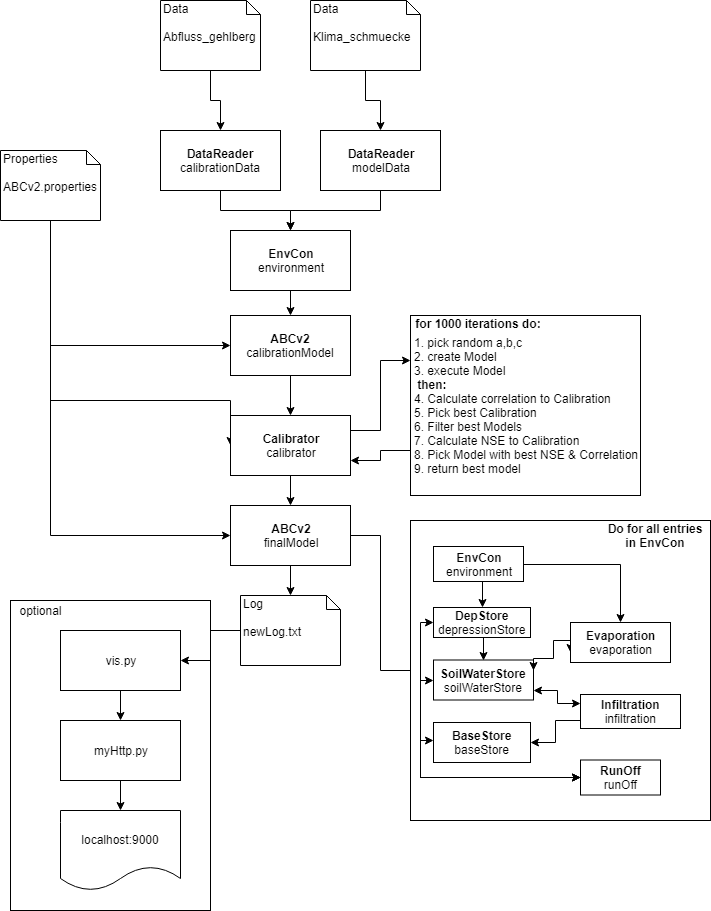
Earlier version of the draw.io export Untitled Diagram.png (EricKrg/ABCv2). Source tidied: cells renumbered, new cells last; positions are measured from the earlier drawing's top-left corner, leaving out a move shared by most shapes.
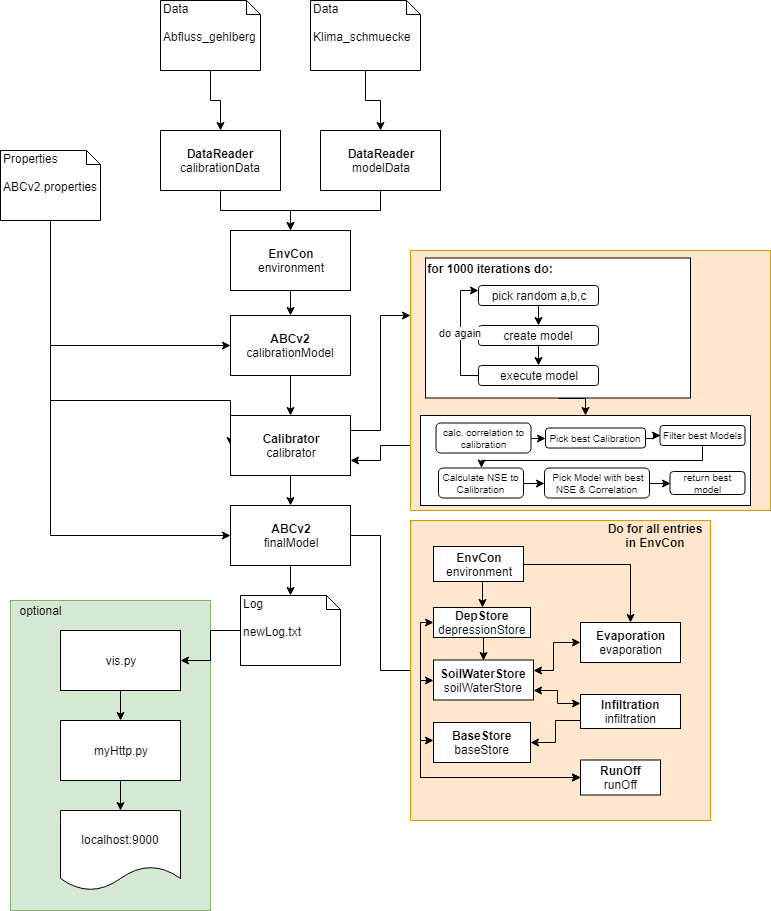
The same file after the commit.

What changed in the source:
```diff
@@ -2,7 +2,7 @@
   <root>
     <mxCell id="0" />
     <mxCell id="1" parent="0" />
-    <mxCell id="2" style="rounded=0;whiteSpace=wrap;html=1;" parent="1" vertex="1">
+    <mxCell id="2" style="rounded=0;whiteSpace=wrap;html=1;fillColor=#d5e8d4;strokeColor=#82b366;" parent="1" vertex="1">
       <mxGeometry x="10" y="600" width="200" height="310" as="geometry" />
     </mxCell>
     <mxCell id="3" style="edgeStyle=orthogonalEdgeStyle;rounded=0;jettySize=auto;html=1;exitX=0.5;exitY=1;exitDx=0;exitDy=0;exitPerimeter=0;" parent="1" edge="1" source="4" target="12">
@@ -96,19 +96,16 @@
     <mxCell id="31" style="edgeStyle=orthogonalEdgeStyle;rounded=0;jettySize=auto;html=1;exitX=0;exitY=0.75;exitDx=0;exitDy=0;entryX=1;entryY=0.75;entryDx=0;entryDy=0;" parent="1" edge="1" source="32" target="19">
       <mxGeometry relative="1" as="geometry" />
     </mxCell>
-    <mxCell id="32" value="&lt;div style=&quot;text-align: left&quot;&gt;1. pick random a,b,c&lt;/div&gt;&lt;div style=&quot;text-align: left&quot;&gt;2. create Model&lt;/div&gt;&lt;div style=&quot;text-align: left&quot;&gt;3. execute Model&lt;/div&gt;&lt;div style=&quot;text-align: left&quot;&gt;&lt;b&gt;&amp;nbsp;then:&amp;nbsp;&lt;/b&gt;&lt;/div&gt;&lt;div style=&quot;text-align: left&quot;&gt;4. Calculate correlation to Calibration&lt;/div&gt;&lt;div style=&quot;text-align: left&quot;&gt;5. Pick best Calibration&lt;/div&gt;&lt;div style=&quot;text-align: left&quot;&gt;6. Filter best Models&lt;/div&gt;&lt;div style=&quot;text-align: left&quot;&gt;7. Calculate NSE to Calibration&lt;/div&gt;&lt;div style=&quot;text-align: left&quot;&gt;8. Pick Model with best NSE &amp;amp; Correlation&lt;/div&gt;&lt;div style=&quot;text-align: left&quot;&gt;9. return best model&lt;/div&gt;" style="rounded=0;whiteSpace=wrap;html=1;" parent="1" vertex="1">
-      <mxGeometry x="410" y="315" width="230" height="180" as="geometry" />
+    <mxCell id="32" value="&lt;div style=&quot;text-align: left&quot;&gt;&lt;br&gt;&lt;/div&gt;" style="rounded=0;whiteSpace=wrap;html=1;fillColor=#ffe6cc;strokeColor=#d79b00;" parent="1" vertex="1">
+      <mxGeometry x="410" y="250" width="360" height="260" as="geometry" />
     </mxCell>
-    <mxCell id="33" value="&lt;b&gt;for 1000 iterations do:&lt;/b&gt;" style="text;html=1;strokeColor=none;fillColor=none;align=center;verticalAlign=middle;whiteSpace=wrap;rounded=0;" parent="1" vertex="1">
-      <mxGeometry x="413" y="313" width="130" height="20" as="geometry" />
-    </mxCell>
     <mxCell id="34" style="edgeStyle=orthogonalEdgeStyle;rounded=0;jettySize=auto;html=1;exitX=0.5;exitY=1;exitDx=0;exitDy=0;entryX=0.5;entryY=0;entryDx=0;entryDy=0;" parent="1" edge="1" source="35" target="16">
       <mxGeometry relative="1" as="geometry" />
     </mxCell>
     <mxCell id="35" value="&lt;b&gt;EnvCon&lt;/b&gt;&lt;br&gt;environment&lt;br&gt;" style="rounded=0;whiteSpace=wrap;html=1;" parent="1" vertex="1">
       <mxGeometry x="230" y="230" width="120" height="60" as="geometry" />
     </mxCell>
-    <mxCell id="36" style="rounded=0;whiteSpace=wrap;html=1;" parent="1" vertex="1">
+    <mxCell id="36" style="rounded=0;whiteSpace=wrap;html=1;fillColor=#ffe6cc;strokeColor=#d79b00;" parent="1" vertex="1">
       <mxGeometry x="410" y="520" width="300" height="300" as="geometry" />
     </mxCell>
     <mxCell id="37" style="edgeStyle=orthogonalEdgeStyle;rounded=0;jettySize=auto;html=1;exitX=0.5;exitY=1;exitDx=0;exitDy=0;entryX=0.5;entryY=0;entryDx=0;entryDy=0;" parent="1" edge="1" source="39" target="42">
@@ -159,16 +156,16 @@
     <mxCell id="48" value="&lt;b&gt;RunOff&lt;/b&gt;&lt;br&gt;runOff&lt;br&gt;" style="html=1;" parent="1" vertex="1">
       <mxGeometry x="580" y="759.5" width="80" height="35" as="geometry" />
     </mxCell>
-    <mxCell id="49" style="edgeStyle=orthogonalEdgeStyle;rounded=0;jettySize=auto;html=1;exitX=0;exitY=0.75;exitDx=0;exitDy=0;entryX=1;entryY=0.25;entryDx=0;entryDy=0;startArrow=classic;startFill=1;" parent="1" edge="1" source="50" target="45">
+    <mxCell id="49" style="edgeStyle=orthogonalEdgeStyle;rounded=0;jettySize=auto;html=1;exitX=0;exitY=0.5;exitDx=0;exitDy=0;entryX=1;entryY=0.25;entryDx=0;entryDy=0;startArrow=classic;startFill=1;" parent="1" edge="1" source="50" target="45">
       <mxGeometry relative="1" as="geometry">
         <Array as="points">
-          <mxPoint x="553" y="640" />
-          <mxPoint x="553" y="658" />
+          <mxPoint x="553" y="642" />
+          <mxPoint x="553" y="670" />
         </Array>
       </mxGeometry>
     </mxCell>
     <mxCell id="50" value="&lt;b&gt;Evaporation&lt;br&gt;&lt;/b&gt;evaporation&lt;b&gt;&lt;br&gt;&lt;/b&gt;" style="html=1;" parent="1" vertex="1">
-      <mxGeometry x="570" y="622" width="100" height="40" as="geometry" />
+      <mxGeometry x="580" y="622" width="100" height="40" as="geometry" />
     </mxCell>
     <mxCell id="51" style="edgeStyle=orthogonalEdgeStyle;rounded=0;jettySize=auto;html=1;exitX=0;exitY=0.75;exitDx=0;exitDy=0;entryX=1;entryY=0.5;entryDx=0;entryDy=0;startArrow=none;startFill=0;endArrow=classic;endFill=1;" parent="1" edge="1" source="52" target="47">
       <mxGeometry relative="1" as="geometry" />
@@ -179,5 +176,77 @@
     <mxCell id="53" value="Do for all entries in EnvCon" style="text;html=1;strokeColor=none;fillColor=none;align=center;verticalAlign=middle;whiteSpace=wrap;rounded=0;fontStyle=1;" parent="1" vertex="1">
       <mxGeometry x="600" y="525" width="110" height="20" as="geometry" />
     </mxCell>
+    <mxCell id="54" style="edgeStyle=orthogonalEdgeStyle;rounded=0;jettySize=auto;html=1;exitX=0.5;exitY=1;exitDx=0;exitDy=0;entryX=0.5;entryY=0;entryDx=0;entryDy=0;startArrow=none;startFill=0;endArrow=classic;endFill=1;fontSize=10;" parent="1" edge="1" source="55" target="62">
+      <mxGeometry relative="1" as="geometry" />
+    </mxCell>
+    <mxCell id="55" value="v" style="rounded=0;whiteSpace=wrap;html=1;" parent="1" vertex="1">
+      <mxGeometry x="425" y="257.5" width="265" height="140" as="geometry" />
+    </mxCell>
+    <mxCell id="56" style="edgeStyle=elbowEdgeStyle;rounded=0;jettySize=auto;html=1;exitX=0.5;exitY=1;exitDx=0;exitDy=0;entryX=0.5;entryY=0;entryDx=0;entryDy=0;startArrow=none;startFill=0;endArrow=classic;endFill=1;" parent="1" edge="1" source="57" target="59">
+      <mxGeometry relative="1" as="geometry" />
+    </mxCell>
+    <mxCell id="57" value="pick random a,b,c" style="rounded=1;whiteSpace=wrap;html=1;" parent="1" vertex="1">
+      <mxGeometry x="478" y="285" width="120" height="20" as="geometry" />
+    </mxCell>
+    <mxCell id="58" style="edgeStyle=elbowEdgeStyle;rounded=0;jettySize=auto;html=1;exitX=0.5;exitY=1;exitDx=0;exitDy=0;entryX=0.5;entryY=0;entryDx=0;entryDy=0;startArrow=none;startFill=0;endArrow=classic;endFill=1;" parent="1" edge="1" source="59" target="61">
+      <mxGeometry relative="1" as="geometry" />
+    </mxCell>
+    <mxCell id="59" value="create model" style="rounded=1;whiteSpace=wrap;html=1;" parent="1" vertex="1">
+      <mxGeometry x="478" y="325" width="120" height="20" as="geometry" />
+    </mxCell>
+    <mxCell id="60" value="do again" style="edgeStyle=elbowEdgeStyle;rounded=0;jettySize=auto;html=1;exitX=0;exitY=0.5;exitDx=0;exitDy=0;entryX=0;entryY=0.25;entryDx=0;entryDy=0;startArrow=none;startFill=0;endArrow=classic;endFill=1;" parent="1" edge="1" source="61" target="57">
+      <mxGeometry relative="1" as="geometry">
+        <Array as="points">
+          <mxPoint x="460" y="350" />
+        </Array>
+      </mxGeometry>
+    </mxCell>
+    <mxCell id="61" value="execute model" style="rounded=1;whiteSpace=wrap;html=1;" parent="1" vertex="1">
+      <mxGeometry x="478" y="365" width="120" height="20" as="geometry" />
+    </mxCell>
+    <mxCell id="62" style="html=1;" parent="1" vertex="1">
+      <mxGeometry x="420" y="415" width="330" height="90" as="geometry" />
+    </mxCell>
+    <mxCell id="33" value="&lt;b&gt;for 1000 iterations do:&lt;/b&gt;" style="text;html=1;strokeColor=none;fillColor=none;align=center;verticalAlign=middle;whiteSpace=wrap;rounded=0;" parent="1" vertex="1">
+      <mxGeometry x="425" y="257.5" width="130" height="20" as="geometry" />
+    </mxCell>
+    <mxCell id="63" style="edgeStyle=elbowEdgeStyle;rounded=0;jettySize=auto;html=1;exitX=1;exitY=0.5;exitDx=0;exitDy=0;entryX=0;entryY=0.5;entryDx=0;entryDy=0;startArrow=none;startFill=0;endArrow=classic;endFill=1;" parent="1" edge="1" source="65" target="66">
+      <mxGeometry relative="1" as="geometry" />
+    </mxCell>
+    <mxCell id="64" style="edgeStyle=elbowEdgeStyle;rounded=0;jettySize=auto;html=1;exitX=1;exitY=0.5;exitDx=0;exitDy=0;entryX=0;entryY=0.5;entryDx=0;entryDy=0;startArrow=none;startFill=0;endArrow=classic;endFill=1;" parent="1" edge="1" source="66" target="68">
+      <mxGeometry relative="1" as="geometry" />
+    </mxCell>
+    <mxCell id="65" value="calc. correlation to calibration" style="rounded=1;whiteSpace=wrap;html=1;fontSize=10;" parent="1" vertex="1">
+      <mxGeometry x="435.5" y="422.5" width="95" height="30" as="geometry" />
+    </mxCell>
+    <mxCell id="66" value="&lt;span style=&quot;font-size: 10px;&quot;&gt;Pick best Calibration&lt;/span&gt;" style="rounded=1;whiteSpace=wrap;html=1;fontSize=10;" parent="1" vertex="1">
+      <mxGeometry x="545" y="427.5" width="100" height="20" as="geometry" />
+    </mxCell>
+    <mxCell id="67" style="edgeStyle=orthogonalEdgeStyle;rounded=0;jettySize=auto;html=1;exitX=0.5;exitY=1;exitDx=0;exitDy=0;startArrow=none;startFill=0;endArrow=classic;endFill=1;fontSize=10;" parent="1" edge="1" source="68" target="70">
+      <mxGeometry relative="1" as="geometry">
+        <Array as="points">
+          <mxPoint x="702" y="460" />
+          <mxPoint x="481" y="460" />
+        </Array>
+      </mxGeometry>
+    </mxCell>
+    <mxCell id="68" value="Filter best Models" style="rounded=1;whiteSpace=wrap;html=1;fontSize=10;" parent="1" vertex="1">
+      <mxGeometry x="659.5" y="425" width="85" height="20" as="geometry" />
+    </mxCell>
+    <mxCell id="69" style="edgeStyle=orthogonalEdgeStyle;rounded=0;jettySize=auto;html=1;exitX=1;exitY=0.5;exitDx=0;exitDy=0;entryX=0;entryY=0.5;entryDx=0;entryDy=0;startArrow=none;startFill=0;endArrow=classic;endFill=1;fontSize=10;" parent="1" edge="1" source="70" target="72">
+      <mxGeometry relative="1" as="geometry" />
+    </mxCell>
+    <mxCell id="70" value="&lt;span style=&quot;font-size: 10px;&quot;&gt;Calculate NSE to Calibration&lt;/span&gt;" style="rounded=1;whiteSpace=wrap;html=1;fontSize=10;" parent="1" vertex="1">
+      <mxGeometry x="438" y="467.5" width="85" height="30" as="geometry" />
+    </mxCell>
+    <mxCell id="71" style="edgeStyle=orthogonalEdgeStyle;rounded=0;jettySize=auto;html=1;exitX=1;exitY=0.5;exitDx=0;exitDy=0;entryX=1;entryY=0.5;entryDx=0;entryDy=0;startArrow=none;startFill=0;endArrow=classic;endFill=1;fontSize=10;" parent="1" edge="1" source="72" target="73">
+      <mxGeometry relative="1" as="geometry" />
+    </mxCell>
+    <mxCell id="72" value="&lt;span style=&quot;font-size: 10px;&quot;&gt;&amp;nbsp;Pick Model with best NSE &amp;amp; Correlation&lt;/span&gt;" style="rounded=1;whiteSpace=wrap;html=1;fontSize=10;" parent="1" vertex="1">
+      <mxGeometry x="544" y="467.5" width="105" height="30" as="geometry" />
+    </mxCell>
+    <mxCell id="73" value="return best model" style="rounded=1;whiteSpace=wrap;html=1;direction=west;fontSize=10;" parent="1" vertex="1">
+      <mxGeometry x="669.5" y="471" width="75" height="23" as="geometry" />
+    </mxCell>
   </root>
 </mxGraphModel>
```
